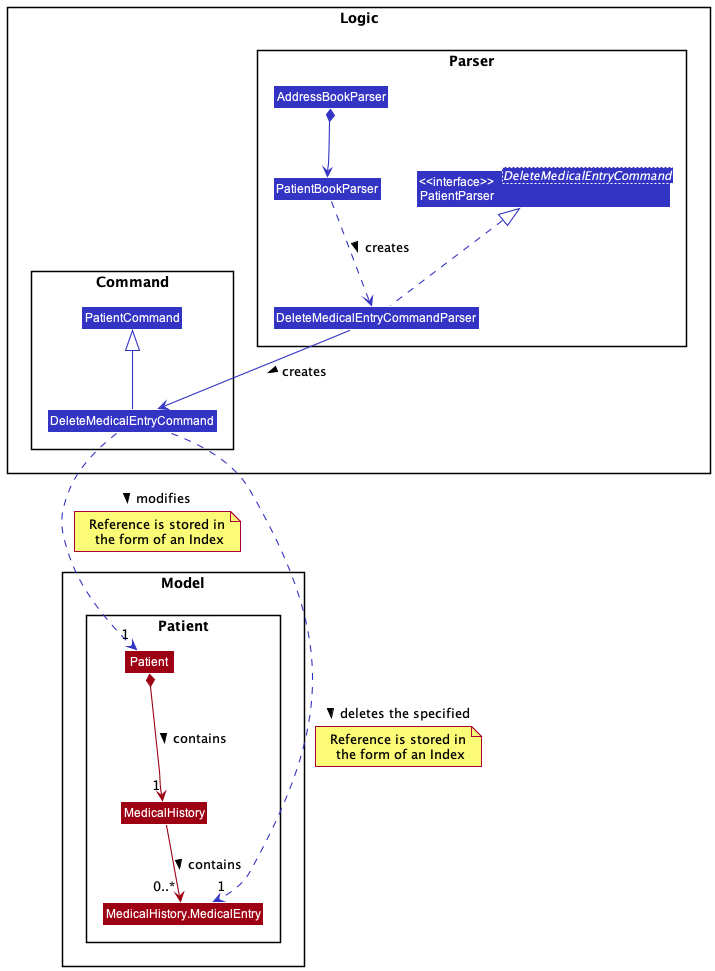
Before: docs/diagrams/DeleteMedicalEntryFeatureClassDiagram.png, a diagram exported from PlantUML (AY2122S1-CS2103-W14-1/tp).
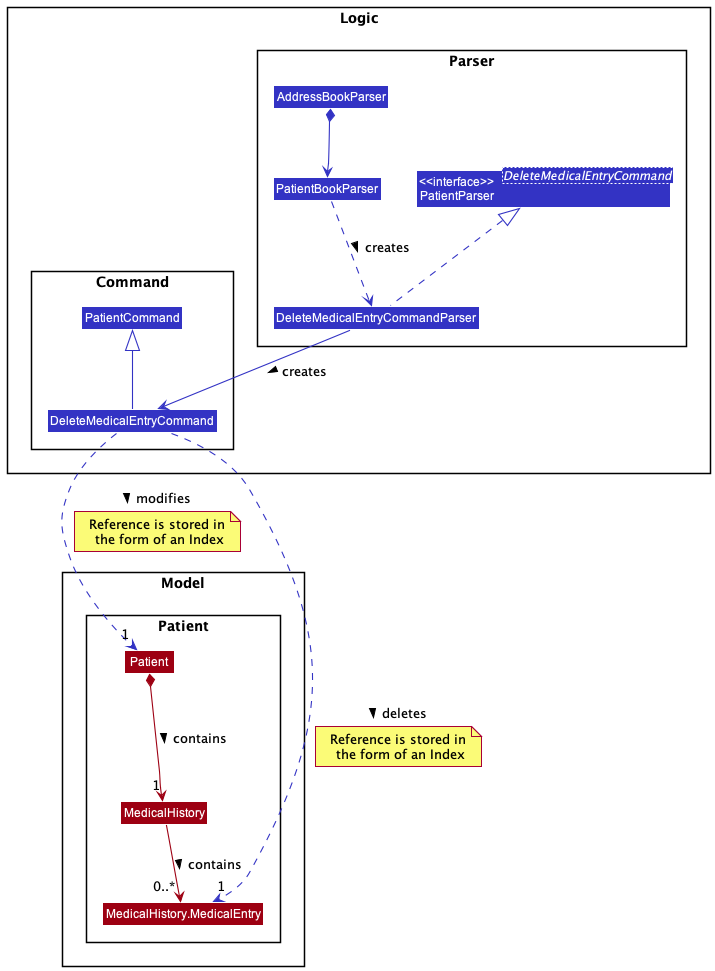
Later version of the same file.

Commit message:
Add activity diagrams for MedicalHistory devguide

Diff of the diagram source:
```diff
@@ -44,7 +44,7 @@
 DeleteMedicalEntryCommand -up-|> PatientCommand
 
 DeleteMedicalEntryCommandParser -down-> DeleteMedicalEntryCommand : creates >
-DeleteMedicalEntryCommand -[dashed]-> "1"MedicalHistory.MedicalEntry : deletes the specified >
+DeleteMedicalEntryCommand -[dashed]-> "1"MedicalHistory.MedicalEntry : deletes >
 note bottom on link: Reference is stored in\n the form of an Index
 DeleteMedicalEntryCommand -[dashed]-> "1"Patient : modifies >
 note bottom on link: Reference is stored in\n the form of an Index
```
